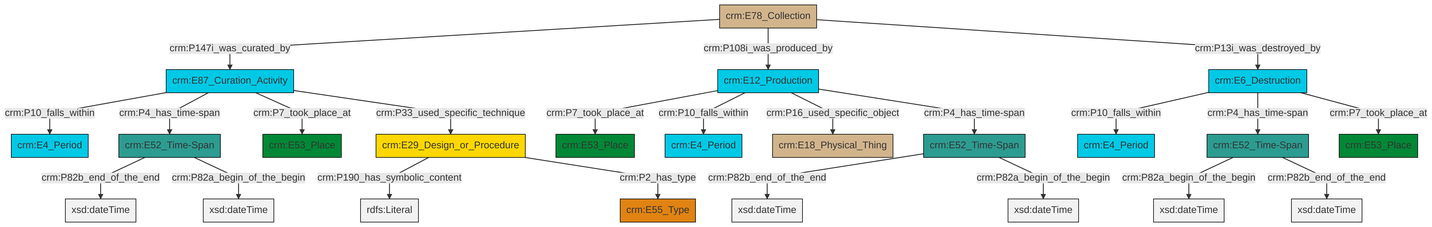
Above: et/archivalCSV/ttl/mmd/png/archival_existence.png in swiss-art-research-net/docs.swissartresearch (Mermaid), before the change. Its source is kept beside it as et/archivalCSV/ttl/mmd/archival_existence.ttl.mmd.
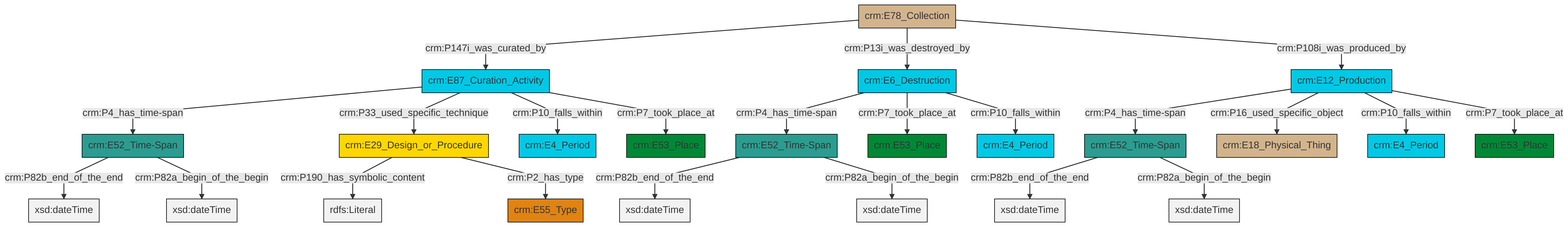
The same file after the commit.

What changed in the source:
```diff
@@ -13,25 +13,25 @@
 classDef PC_Classes fill:#4ce600, stroke:#000000;
 classDef Multi fill:#cccccc,stroke:#000000;
 
-2["crm:E6_Destruction"]:::Temporal_Entity -->|crm:P10_falls_within| 3["crm:E4_Period"]:::Temporal_Entity
-4["crm:E87_Curation_Activity"]:::Temporal_Entity -->|crm:P10_falls_within| 5["crm:E4_Period"]:::Temporal_Entity
-6["crm:E78_Collection"]:::Physical_Thing -->|crm:P147i_was_curated_by| 4["crm:E87_Curation_Activity"]:::Temporal_Entity
-6["crm:E78_Collection"]:::Physical_Thing -->|crm:P108i_was_produced_by| 21["crm:E12_Production"]:::Temporal_Entity
-6["crm:E78_Collection"]:::Physical_Thing -->|crm:P13i_was_destroyed_by| 2["crm:E6_Destruction"]:::Temporal_Entity
-0["crm:E29_Design_or_Procedure"]:::Conceptual_Object -->|crm:P190_has_symbolic_content| 25[rdfs:Literal]:::Literal
-4["crm:E87_Curation_Activity"]:::Temporal_Entity -->|crm:P4_has_time-span| 7["crm:E52_Time-Span"]:::Time-Span
-21["crm:E12_Production"]:::Temporal_Entity -->|crm:P7_took_place_at| 16["crm:E53_Place"]:::Place
-10["crm:E52_Time-Span"]:::Time-Span -->|crm:P82b_end_of_the_end| 28[xsd:dateTime]:::Literal
-7["crm:E52_Time-Span"]:::Time-Span -->|crm:P82b_end_of_the_end| 30[xsd:dateTime]:::Literal
-4["crm:E87_Curation_Activity"]:::Temporal_Entity -->|crm:P7_took_place_at| 31["crm:E53_Place"]:::Place
-21["crm:E12_Production"]:::Temporal_Entity -->|crm:P10_falls_within| 14["crm:E4_Period"]:::Temporal_Entity
-23["crm:E52_Time-Span"]:::Time-Span -->|crm:P82a_begin_of_the_begin| 32[xsd:dateTime]:::Literal
-2["crm:E6_Destruction"]:::Temporal_Entity -->|crm:P4_has_time-span| 23["crm:E52_Time-Span"]:::Time-Span
-21["crm:E12_Production"]:::Temporal_Entity -->|crm:P16_used_specific_object| 26["crm:E18_Physical_Thing"]:::Physical_Thing
-0["crm:E29_Design_or_Procedure"]:::Conceptual_Object -->|crm:P2_has_type| 12["crm:E55_Type"]:::Type
-23["crm:E52_Time-Span"]:::Time-Span -->|crm:P82b_end_of_the_end| 36[xsd:dateTime]:::Literal
-7["crm:E52_Time-Span"]:::Time-Span -->|crm:P82a_begin_of_the_begin| 37[xsd:dateTime]:::Literal
-2["crm:E6_Destruction"]:::Temporal_Entity -->|crm:P7_took_place_at| 19["crm:E53_Place"]:::Place
-21["crm:E12_Production"]:::Temporal_Entity -->|crm:P4_has_time-span| 10["crm:E52_Time-Span"]:::Time-Span
-10["crm:E52_Time-Span"]:::Time-Span -->|crm:P82a_begin_of_the_begin| 38[xsd:dateTime]:::Literal
-4["crm:E87_Curation_Activity"]:::Temporal_Entity -->|crm:P33_used_specific_technique| 0["crm:E29_Design_or_Procedure"]:::Conceptual_Object
+0["crm:E6_Destruction"]:::Temporal_Entity -->|crm:P4_has_time-span| 1["crm:E52_Time-Span"]:::Time-Span
+0["crm:E6_Destruction"]:::Temporal_Entity -->|crm:P7_took_place_at| 2["crm:E53_Place"]:::Place
+0["crm:E6_Destruction"]:::Temporal_Entity -->|crm:P10_falls_within| 3["crm:E4_Period"]:::Temporal_Entity
+4["crm:E29_Design_or_Procedure"]:::Conceptual_Object -->|crm:P190_has_symbolic_content| 5[rdfs:Literal]:::Literal
+7["crm:E52_Time-Span"]:::Time-Span -->|crm:P82b_end_of_the_end| 8[xsd:dateTime]:::Literal
+9["crm:E78_Collection"]:::Physical_Thing -->|crm:P147i_was_curated_by| 10["crm:E87_Curation_Activity"]:::Temporal_Entity
+13["crm:E12_Production"]:::Temporal_Entity -->|crm:P4_has_time-span| 7["crm:E52_Time-Span"]:::Time-Span
+13["crm:E12_Production"]:::Temporal_Entity -->|crm:P16_used_specific_object| 21["crm:E18_Physical_Thing"]:::Physical_Thing
+10["crm:E87_Curation_Activity"]:::Temporal_Entity -->|crm:P4_has_time-span| 22["crm:E52_Time-Span"]:::Time-Span
+4["crm:E29_Design_or_Procedure"]:::Conceptual_Object -->|crm:P2_has_type| 11["crm:E55_Type"]:::Type
+10["crm:E87_Curation_Activity"]:::Temporal_Entity -->|crm:P33_used_specific_technique| 4["crm:E29_Design_or_Procedure"]:::Conceptual_Object
+13["crm:E12_Production"]:::Temporal_Entity -->|crm:P10_falls_within| 17["crm:E4_Period"]:::Temporal_Entity
+9["crm:E78_Collection"]:::Physical_Thing -->|crm:P13i_was_destroyed_by| 0["crm:E6_Destruction"]:::Temporal_Entity
+7["crm:E52_Time-Span"]:::Time-Span -->|crm:P82a_begin_of_the_begin| 29[xsd:dateTime]:::Literal
+9["crm:E78_Collection"]:::Physical_Thing -->|crm:P108i_was_produced_by| 13["crm:E12_Production"]:::Temporal_Entity
+1["crm:E52_Time-Span"]:::Time-Span -->|crm:P82b_end_of_the_end| 30[xsd:dateTime]:::Literal
+22["crm:E52_Time-Span"]:::Time-Span -->|crm:P82b_end_of_the_end| 31[xsd:dateTime]:::Literal
+22["crm:E52_Time-Span"]:::Time-Span -->|crm:P82a_begin_of_the_begin| 33[xsd:dateTime]:::Literal
+13["crm:E12_Production"]:::Temporal_Entity -->|crm:P7_took_place_at| 26["crm:E53_Place"]:::Place
+1["crm:E52_Time-Span"]:::Time-Span -->|crm:P82a_begin_of_the_begin| 34[xsd:dateTime]:::Literal
+10["crm:E87_Curation_Activity"]:::Temporal_Entity -->|crm:P10_falls_within| 24["crm:E4_Period"]:::Temporal_Entity
+10["crm:E87_Curation_Activity"]:::Temporal_Entity -->|crm:P7_took_place_at| 19["crm:E53_Place"]:::Place
```
